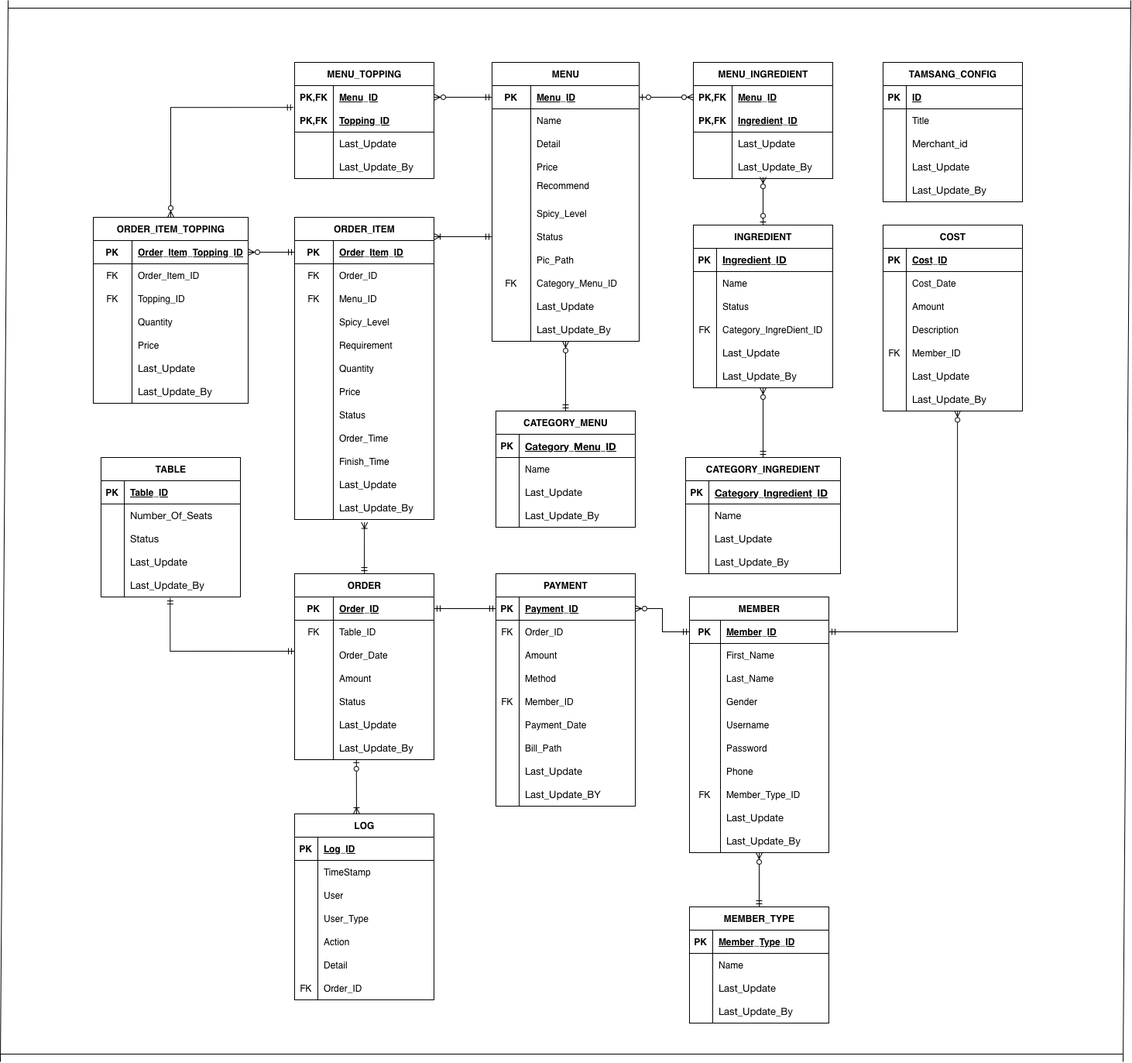
This is Project1/Group03_TamSang/03_erd/TamsangERD.drawio.png from PhitchakornJalas/Project_CP242, a draw.io export, as it was before one commit. Source tidied: cells renumbered, new cells last; positions are measured from the earlier drawing's top-left corner, leaving out a move shared by most shapes.
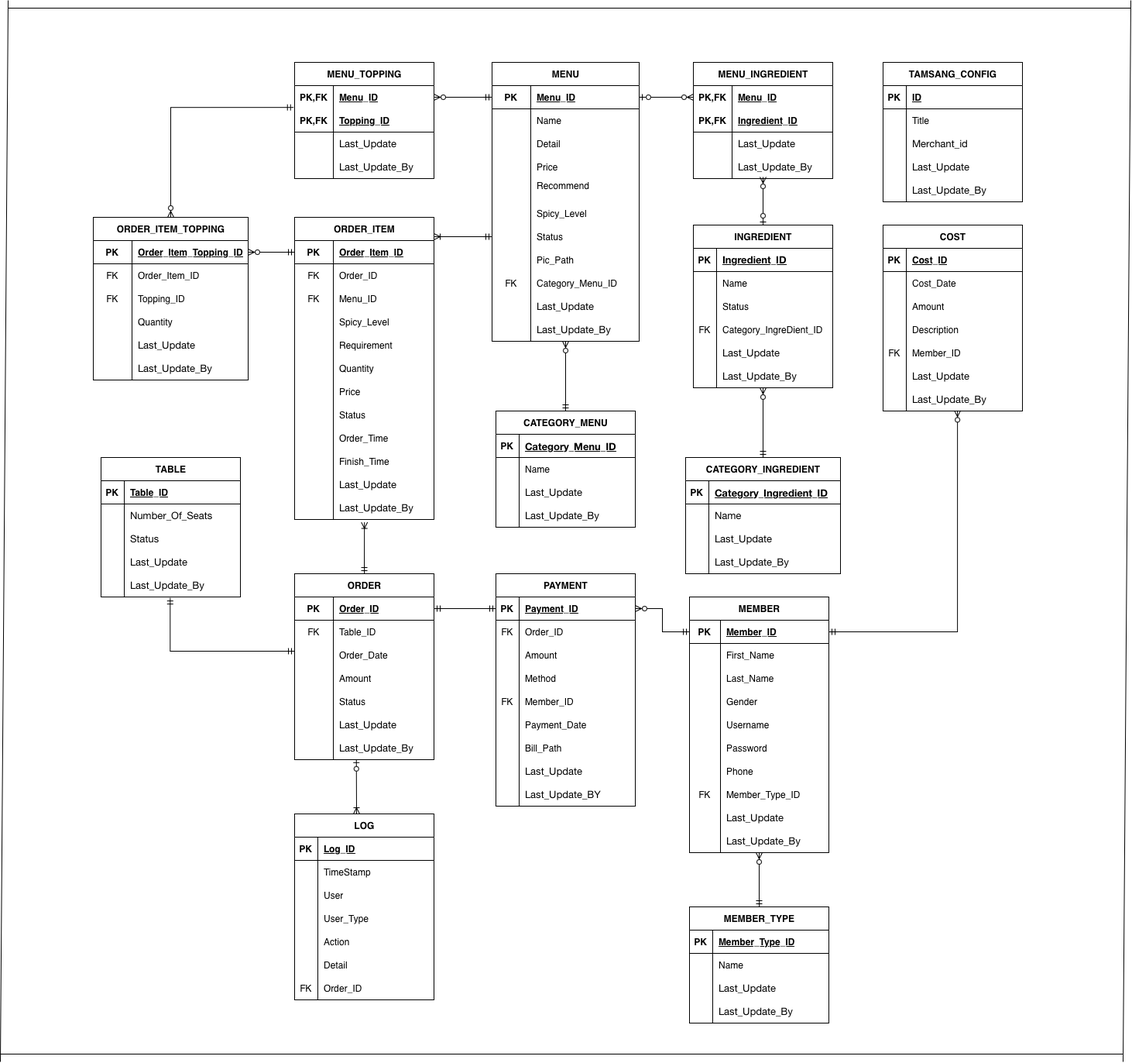
After the commit.

Commit message:
editERD remove price from ORDER_ITEM_TOPPING

What changed in the source:
```diff
@@ -684,7 +684,7 @@
       <mxGeometry x="50" width="130" height="30" as="geometry" />
     </mxCell>
     <mxCell id="229" value="ORDER_ITEM_TOPPING" style="shape=table;startSize=30;rowLines=0;fontStyle=1;align=center;html=1;" parent="1" vertex="1">
-      <mxGeometry x="120" y="280" width="200" height="240" as="geometry" />
+      <mxGeometry x="120" y="280" width="200" height="210" as="geometry" />
     </mxCell>
     <mxCell id="230" style="shape=tableRow;horizontal=0;startSize=0;swimlaneHead=0;swimlaneBody=0;fillColor=none;points=[[0,0.5],[1,0.5]];portConstraint=eastwest;top=0;left=0;right=0;bottom=1;html=1;" parent="229" vertex="1">
       <mxGeometry y="30" width="200" height="30" as="geometry" />
@@ -722,17 +722,8 @@
     <mxCell id="241" value="Quantity" style="shape=partialRectangle;fillColor=none;top=0;left=0;bottom=0;right=0;align=left;spacingLeft=6;overflow=hidden;whiteSpace=wrap;html=1;" parent="239" vertex="1">
       <mxGeometry x="50" width="150" height="30" as="geometry" />
     </mxCell>
-    <mxCell id="242" style="shape=tableRow;horizontal=0;startSize=0;swimlaneHead=0;swimlaneBody=0;fillColor=none;top=0;left=0;right=0;bottom=0;" parent="229" vertex="1">
-      <mxGeometry y="150" width="200" height="30" as="geometry" />
-    </mxCell>
-    <mxCell id="243" style="shape=partialRectangle;fillColor=none;top=0;left=0;bottom=0;right=0;overflow=hidden;whiteSpace=wrap;html=1;" parent="242" vertex="1">
-      <mxGeometry width="50" height="30" as="geometry" />
-    </mxCell>
-    <mxCell id="244" value="Price" style="shape=partialRectangle;fillColor=none;top=0;left=0;bottom=0;right=0;align=left;spacingLeft=6;overflow=hidden;whiteSpace=wrap;html=1;" parent="242" vertex="1">
-      <mxGeometry x="50" width="150" height="30" as="geometry" />
-    </mxCell>
     <mxCell id="245" style="shape=tableRow;horizontal=0;startSize=0;swimlaneHead=0;swimlaneBody=0;fillColor=none;top=0;left=0;right=0;bottom=0;" parent="229" vertex="1">
-      <mxGeometry y="180" width="200" height="30" as="geometry" />
+      <mxGeometry y="150" width="200" height="30" as="geometry" />
     </mxCell>
     <mxCell id="246" style="shape=partialRectangle;fillColor=none;top=0;left=0;bottom=0;right=0;overflow=hidden;whiteSpace=wrap;html=1;" parent="245" vertex="1">
       <mxGeometry width="50" height="30" as="geometry" />
@@ -741,7 +732,7 @@
       <mxGeometry x="50" width="150" height="30" as="geometry" />
     </mxCell>
     <mxCell id="248" style="shape=tableRow;horizontal=0;startSize=0;swimlaneHead=0;swimlaneBody=0;fillColor=none;top=0;left=0;right=0;bottom=0;" parent="229" vertex="1">
-      <mxGeometry y="210" width="200" height="30" as="geometry" />
+      <mxGeometry y="180" width="200" height="30" as="geometry" />
     </mxCell>
     <mxCell id="249" style="shape=partialRectangle;fillColor=none;top=0;left=0;bottom=0;right=0;overflow=hidden;whiteSpace=wrap;html=1;" parent="248" vertex="1">
       <mxGeometry width="50" height="30" as="geometry" />
```
